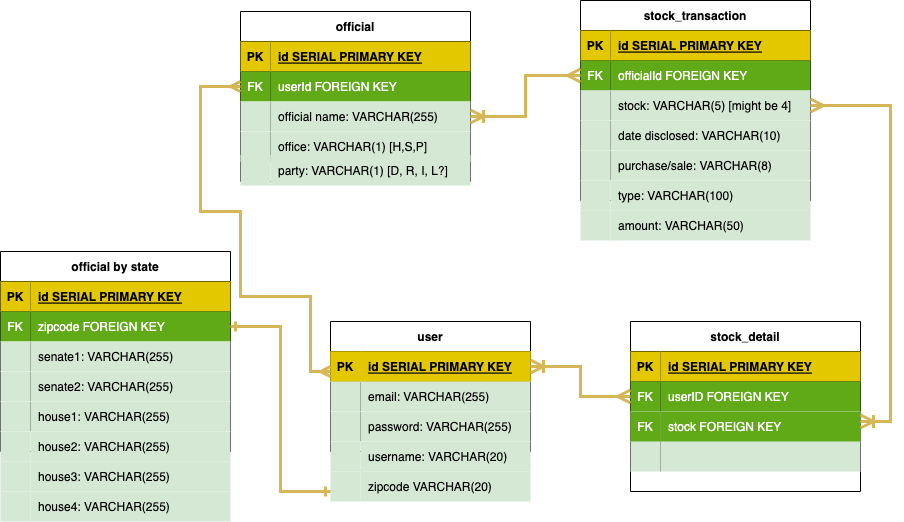
Earlier version of the draw.io export ERD.drawio.png (nchez/political-breakdown). Source tidied: cells renumbered, new cells last; positions are measured from the earlier drawing's top-left corner, leaving out a move shared by most shapes.
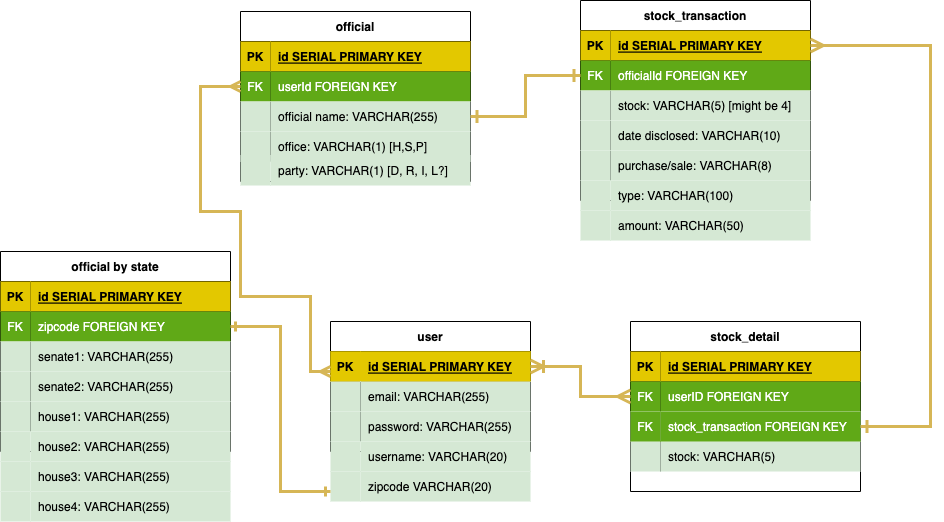
Above is the later version.

Commit message:
Update ERD.drawio.png - having issues with stock_detail table

What changed in the source:
```diff
@@ -215,7 +215,7 @@
     <mxCell id="72" value="party: VARCHAR(1) [D, R, I, L?]" style="shape=partialRectangle;top=0;left=0;bottom=0;right=0;align=left;spacingLeft=6;overflow=hidden;fillColor=#D5E8D4;" parent="1" vertex="1">
       <mxGeometry x="270" y="155" width="200" height="30" as="geometry" />
     </mxCell>
-    <mxCell id="73" style="edgeStyle=orthogonalEdgeStyle;rounded=0;jettySize=auto;html=1;endArrow=ERmany;endFill=0;startArrow=ERoneToMany;startFill=0;strokeWidth=3;endSize=9;startSize=9;targetPerimeterSpacing=0;exitX=1;exitY=0.5;exitDx=0;exitDy=0;fillColor=#fff2cc;gradientColor=#ffd966;strokeColor=#d6b656;" parent="1" edge="1" source="19" target="55">
+    <mxCell id="73" style="edgeStyle=orthogonalEdgeStyle;rounded=0;jettySize=auto;html=1;endArrow=ERone;endFill=0;startArrow=ERone;startFill=0;strokeWidth=3;endSize=9;startSize=9;targetPerimeterSpacing=0;exitX=1;exitY=0.5;exitDx=0;exitDy=0;fillColor=#fff2cc;gradientColor=#ffd966;strokeColor=#d6b656;" parent="1" edge="1" source="19" target="55">
       <mxGeometry relative="1" as="geometry" />
     </mxCell>
     <mxCell id="74" value="stock_detail" style="shape=table;startSize=30;rowLines=0;fontStyle=1;align=center;" parent="1" vertex="1">
@@ -254,7 +254,7 @@
     <mxCell id="85" style="shape=partialRectangle;top=0;left=0;bottom=0;right=0;overflow=hidden;fillColor=#D5E8D4;" parent="84" vertex="1">
       <mxGeometry width="30" height="30" as="geometry" />
     </mxCell>
-    <mxCell id="86" style="shape=partialRectangle;top=0;left=0;bottom=0;right=0;align=left;spacingLeft=6;overflow=hidden;fillColor=#D5E8D4;" parent="84" vertex="1">
+    <mxCell id="86" value="stock: VARCHAR(5)" style="shape=partialRectangle;top=0;left=0;bottom=0;right=0;align=left;spacingLeft=6;overflow=hidden;fillColor=#D5E8D4;" parent="84" vertex="1">
       <mxGeometry x="30" width="200" height="30" as="geometry" />
     </mxCell>
     <mxCell id="87" style="edgeStyle=orthogonalEdgeStyle;rounded=0;jettySize=auto;html=1;exitX=1;exitY=0.5;exitDx=0;exitDy=0;startArrow=ERone;startFill=0;endArrow=ERone;endFill=0;strokeWidth=3;fillColor=#fff2cc;gradientColor=#ffd966;strokeColor=#d6b656;" parent="1" edge="1" source="33">
@@ -287,15 +287,14 @@
     <mxCell id="91" value="FK" style="shape=partialRectangle;fillColor=#60a917;top=0;left=0;bottom=0;right=0;fontStyle=0;overflow=hidden;fontColor=#ffffff;strokeColor=#2D7600;" parent="90" vertex="1">
       <mxGeometry width="30" height="30" as="geometry" />
     </mxCell>
-    <mxCell id="92" value="stock FOREIGN KEY" style="shape=partialRectangle;fillColor=#60a917;top=0;left=0;bottom=0;right=0;align=left;spacingLeft=6;fontStyle=0;overflow=hidden;fontColor=#ffffff;strokeColor=#2D7600;" parent="90" vertex="1">
+    <mxCell id="92" value="stock_transaction FOREIGN KEY" style="shape=partialRectangle;fillColor=#60a917;top=0;left=0;bottom=0;right=0;align=left;spacingLeft=6;fontStyle=0;overflow=hidden;fontColor=#ffffff;strokeColor=#2D7600;" parent="90" vertex="1">
       <mxGeometry x="30" width="200" height="30" as="geometry" />
     </mxCell>
-    <mxCell id="93" style="edgeStyle=orthogonalEdgeStyle;rounded=0;jettySize=auto;html=1;endArrow=ERmany;endFill=0;startArrow=ERoneToMany;startFill=0;strokeWidth=3;endSize=9;startSize=9;targetPerimeterSpacing=0;exitX=1;exitY=0.5;exitDx=0;exitDy=0;fillColor=#fff2cc;gradientColor=#ffd966;strokeColor=#d6b656;entryX=1;entryY=0.5;entryDx=0;entryDy=0;" parent="1" edge="1" target="58">
+    <mxCell id="93" style="edgeStyle=orthogonalEdgeStyle;rounded=0;jettySize=auto;html=1;endArrow=ERmany;endFill=0;startArrow=ERone;startFill=0;strokeWidth=3;endSize=9;startSize=9;targetPerimeterSpacing=0;exitX=1;exitY=0.5;exitDx=0;exitDy=0;fillColor=#fff2cc;gradientColor=#ffd966;strokeColor=#d6b656;entryX=1;entryY=0.5;entryDx=0;entryDy=0;" parent="1" edge="1" source="90" target="52">
       <mxGeometry relative="1" as="geometry">
-        <mxPoint x="860" y="421" as="sourcePoint" />
         <Array as="points">
-          <mxPoint x="890" y="421" />
-          <mxPoint x="890" y="105" />
+          <mxPoint x="930" y="426" />
+          <mxPoint x="930" y="45" />
         </Array>
       </mxGeometry>
     </mxCell>
```
